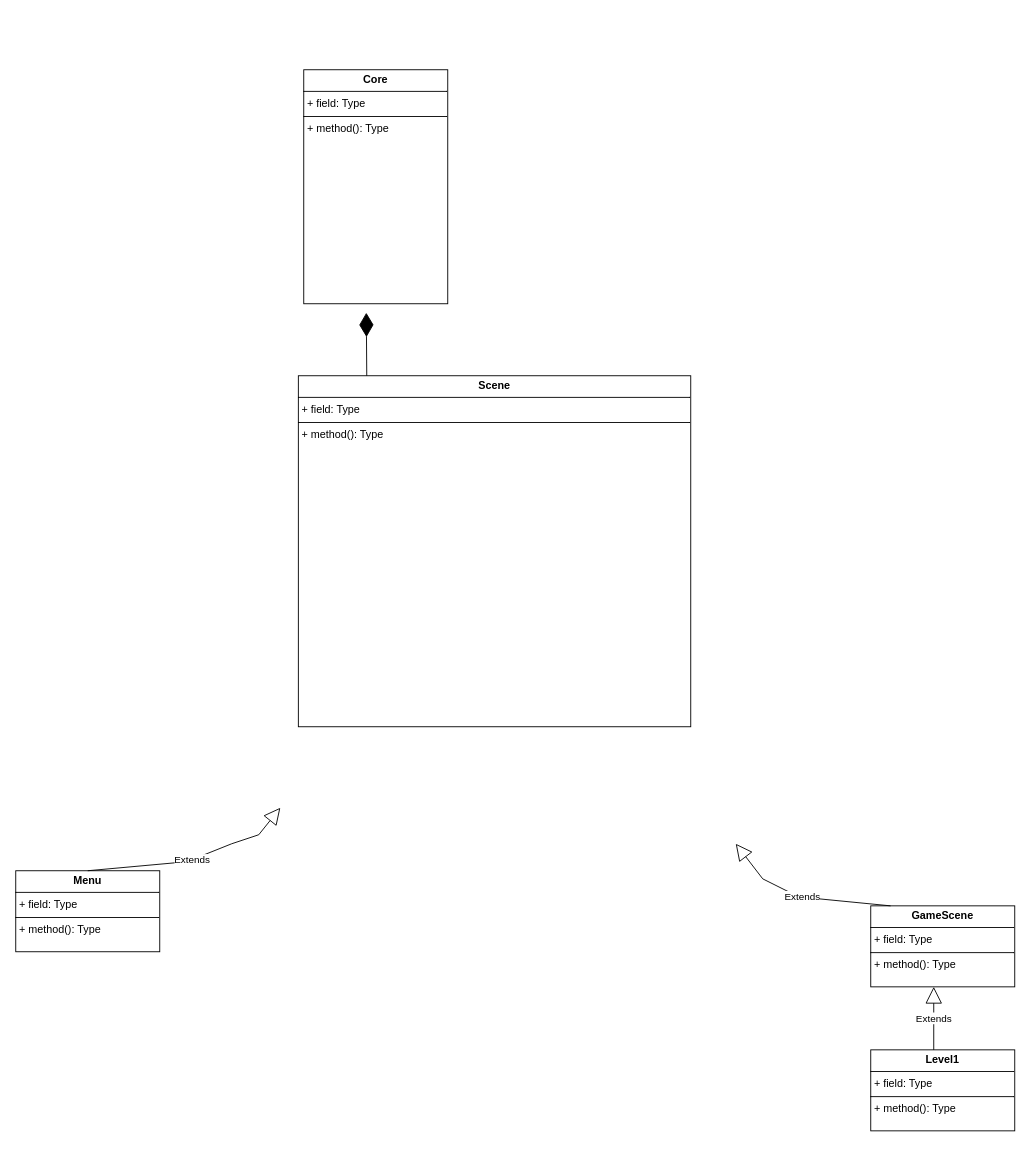
Above: page "Scene" (1 of 5) of Diagramme sans nom.drawio in Bird120/FlightToHFT (draw.io), before the change. Source tidied: cells renumbered, new cells numbered last; positions are measured from the earlier drawing's top-left corner, leaving out a move shared by most shapes. Both pictures are drawn from the tidied source at 90%, with x=0, y=0 at pixel (15, 69).
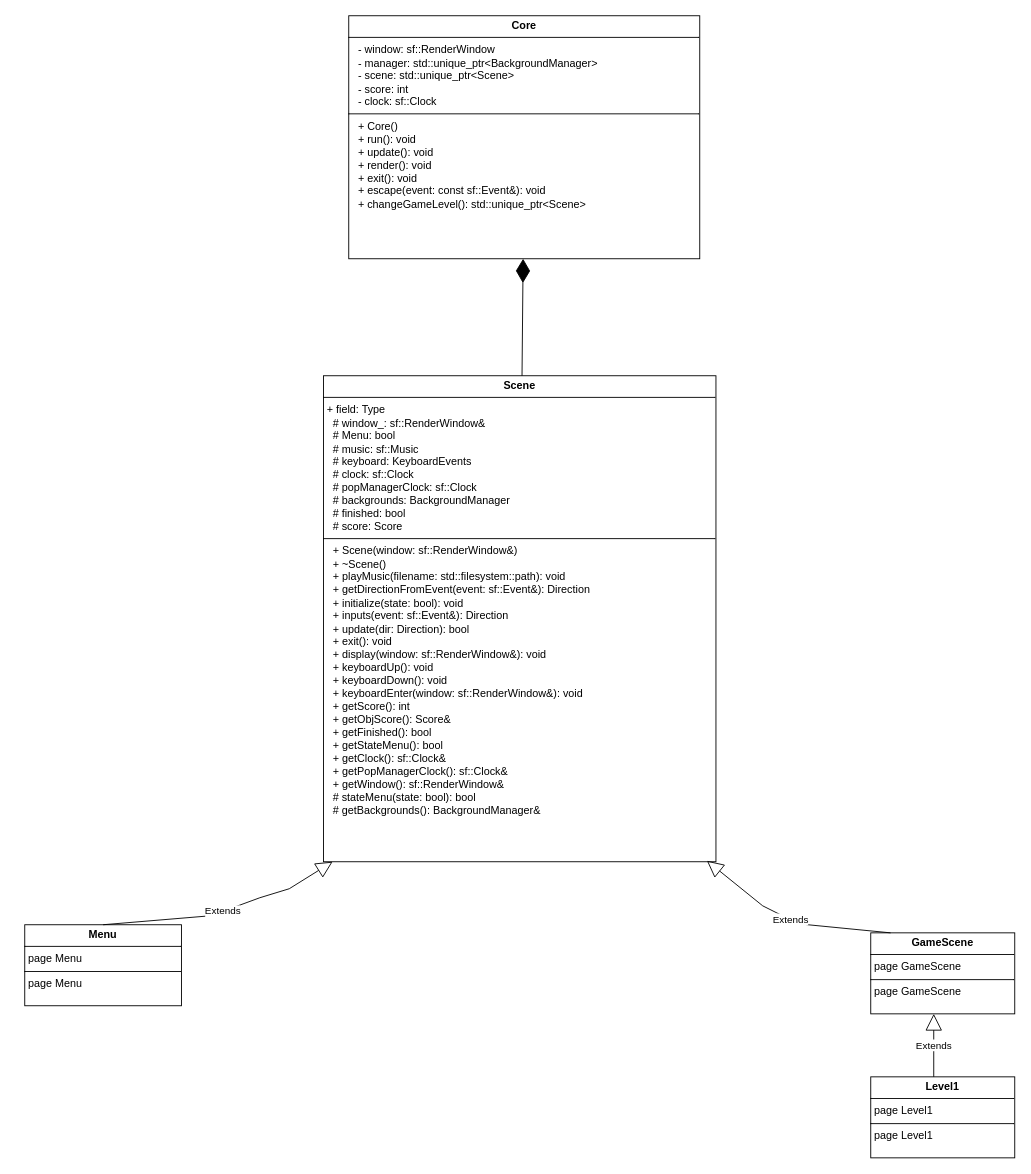
The same diagram, later.

What changed in the source:
```diff
@@
 <mxGraphModel>
   <root>
     <mxCell id="0" />
     <mxCell id="1" parent="0" />
-    <mxCell id="2" value="&lt;p style=&quot;margin:0px;margin-top:4px;text-align:center;&quot;&gt;&lt;b&gt;Core&lt;/b&gt;&lt;/p&gt;&lt;hr size=&quot;1&quot; style=&quot;border-style:solid;&quot;&gt;&lt;p style=&quot;margin:0px;margin-left:4px;&quot;&gt;+ field: Type&lt;/p&gt;&lt;hr size=&quot;1&quot; style=&quot;border-style:solid;&quot;&gt;&lt;p style=&quot;margin:0px;margin-left:4px;&quot;&gt;+ method(): Type&lt;/p&gt;" style="verticalAlign=top;align=left;overflow=fill;html=1;whiteSpace=wrap;" parent="1" vertex="1">
-      <mxGeometry x="320" width="160" height="260" as="geometry" />
+    <mxCell id="2" value="&lt;p style=&quot;margin:0px;margin-top:4px;text-align:center;&quot;&gt;&lt;b&gt;Core&lt;/b&gt;&lt;/p&gt;&lt;hr size=&quot;1&quot; style=&quot;border-style:solid;&quot;&gt;&lt;p style=&quot;margin:0px;margin-left:4px;&quot;&gt;&amp;nbsp; - window: sf::RenderWindow&lt;br&gt;&amp;nbsp; - manager: std::unique_ptr&amp;lt;BackgroundManager&amp;gt;&lt;br&gt;&amp;nbsp; - scene: std::unique_ptr&amp;lt;Scene&amp;gt;&lt;br&gt;&amp;nbsp; - score: int&lt;br&gt;&amp;nbsp; - clock: sf::Clock&lt;/p&gt;&lt;hr size=&quot;1&quot; style=&quot;border-style:solid;&quot;&gt;&lt;p style=&quot;margin:0px;margin-left:4px;&quot;&gt;&amp;nbsp; + Core()&lt;br&gt;&amp;nbsp; + run(): void&lt;br&gt;&amp;nbsp; + update(): void&lt;br&gt;&amp;nbsp; + render(): void&lt;br&gt;&amp;nbsp; + exit(): void&lt;br&gt;&amp;nbsp; + escape(event: const sf::Event&amp;amp;): void&lt;br&gt;&amp;nbsp; + changeGameLevel(): std::unique_ptr&amp;lt;Scene&amp;gt;&lt;/p&gt;" style="verticalAlign=top;align=left;overflow=fill;html=1;whiteSpace=wrap;" parent="1" vertex="1">
+      <mxGeometry x="370" y="-60" width="390" height="270" as="geometry" />
     </mxCell>
-    <mxCell id="3" value="&lt;p style=&quot;margin:0px;margin-top:4px;text-align:center;&quot;&gt;&lt;b&gt;Scene&lt;/b&gt;&lt;/p&gt;&lt;hr size=&quot;1&quot; style=&quot;border-style:solid;&quot;&gt;&lt;p style=&quot;margin:0px;margin-left:4px;&quot;&gt;+ field: Type&lt;/p&gt;&lt;hr size=&quot;1&quot; style=&quot;border-style:solid;&quot;&gt;&lt;p style=&quot;margin:0px;margin-left:4px;&quot;&gt;+ method(): Type&lt;/p&gt;" style="verticalAlign=top;align=left;overflow=fill;html=1;whiteSpace=wrap;" parent="1" vertex="1">
-      <mxGeometry x="314" y="340" width="436" height="390" as="geometry" />
+    <mxCell id="3" value="&lt;p style=&quot;margin:0px;margin-top:4px;text-align:center;&quot;&gt;&lt;b&gt;Scene&lt;/b&gt;&lt;/p&gt;&lt;hr size=&quot;1&quot; style=&quot;border-style:solid;&quot;&gt;&lt;p style=&quot;margin:0px;margin-left:4px;&quot;&gt;+ field: Type&lt;/p&gt;&lt;p style=&quot;margin:0px;margin-left:4px;&quot;&gt;&amp;nbsp; # window_: sf::RenderWindow&amp;amp;&lt;br&gt;&amp;nbsp; # Menu: bool&lt;br&gt;&amp;nbsp; # music: sf::Music&lt;br&gt;&amp;nbsp; # keyboard: KeyboardEvents&lt;br&gt;&amp;nbsp; # clock: sf::Clock&lt;br&gt;&amp;nbsp; # popManagerClock: sf::Clock&lt;br&gt;&amp;nbsp; # backgrounds: BackgroundManager&lt;br&gt;&amp;nbsp; # finished: bool&lt;br&gt;&amp;nbsp; # score: Score&lt;/p&gt;&lt;hr size=&quot;1&quot; style=&quot;border-style:solid;&quot;&gt;&lt;p style=&quot;margin:0px;margin-left:4px;&quot;&gt;&amp;nbsp; + Scene(window: sf::RenderWindow&amp;amp;)&lt;br&gt;&amp;nbsp; + ~Scene()&lt;br&gt;&amp;nbsp; + playMusic(filename: std::filesystem::path): void&lt;br&gt;&amp;nbsp; + getDirectionFromEvent(event: sf::Event&amp;amp;): Direction&lt;br&gt;&amp;nbsp; + initialize(state: bool): void&lt;br&gt;&amp;nbsp; + inputs(event: sf::Event&amp;amp;): Direction&lt;br&gt;&amp;nbsp; + update(dir: Direction): bool&lt;br&gt;&amp;nbsp; + exit(): void&lt;br&gt;&amp;nbsp; + display(window: sf::RenderWindow&amp;amp;): void&lt;br&gt;&amp;nbsp; + keyboardUp(): void&lt;br&gt;&amp;nbsp; + keyboardDown(): void&lt;br&gt;&amp;nbsp; + keyboardEnter(window: sf::RenderWindow&amp;amp;): void&lt;br&gt;&amp;nbsp; + getScore(): int&lt;br&gt;&amp;nbsp; + getObjScore(): Score&amp;amp;&lt;br&gt;&amp;nbsp; + getFinished(): bool&lt;br&gt;&amp;nbsp; + getStateMenu(): bool&lt;br&gt;&amp;nbsp; + getClock(): sf::Clock&amp;amp;&lt;br&gt;&amp;nbsp; + getPopManagerClock(): sf::Clock&amp;amp;&lt;br&gt;&amp;nbsp; + getWindow(): sf::RenderWindow&amp;amp;&lt;/p&gt;&lt;p style=&quot;margin:0px;margin-left:4px;&quot;&gt;&amp;nbsp; # stateMenu(state: bool): bool&lt;br&gt;&amp;nbsp; # getBackgrounds(): BackgroundManager&amp;amp;&lt;/p&gt;" style="verticalAlign=top;align=left;overflow=fill;html=1;whiteSpace=wrap;" parent="1" vertex="1">
+      <mxGeometry x="342" y="340" width="436" height="540" as="geometry" />
     </mxCell>
-    <mxCell id="4" style="endArrow=diamondThin;endFill=1;endSize=24;html=1;rounded=0;" parent="1" edge="1">
-      <mxGeometry relative="1" as="geometry">
-        <mxPoint x="390" y="340" as="sourcePoint" />
-        <mxPoint x="389.5" y="270" as="targetPoint" />
-      </mxGeometry>
+    <mxCell id="4" style="endArrow=diamondThin;endFill=1;endSize=24;html=1;rounded=0;" parent="1" edge="1" source="3" target="2">
+      <mxGeometry relative="1" as="geometry" />
     </mxCell>
-    <mxCell id="5" style="group;" parent="1" vertex="1">
-      <mxGeometry y="820" width="294" height="160" as="geometry" />
-    </mxCell>
-    <mxCell id="6" value="&lt;p style=&quot;margin:0px;margin-top:4px;text-align:center;&quot;&gt;&lt;b&gt;Menu&lt;/b&gt;&lt;/p&gt;&lt;hr size=&quot;1&quot; style=&quot;border-style:solid;&quot;&gt;&lt;p style=&quot;margin:0px;margin-left:4px;&quot;&gt;+ field: Type&lt;/p&gt;&lt;hr size=&quot;1&quot; style=&quot;border-style:solid;&quot;&gt;&lt;p style=&quot;margin:0px;margin-left:4px;&quot;&gt;+ method(): Type&lt;/p&gt;" style="verticalAlign=top;align=left;overflow=fill;html=1;whiteSpace=wrap;" parent="5" vertex="1">
-      <mxGeometry y="70" width="160" height="90" as="geometry" />
+    <mxCell id="6" value="&lt;p style=&quot;margin:0px;margin-top:4px;text-align:center;&quot;&gt;&lt;b&gt;Menu&lt;/b&gt;&lt;/p&gt;&lt;hr size=&quot;1&quot; style=&quot;border-style:solid;&quot;&gt;&lt;p style=&quot;margin:0px;margin-left:4px;&quot;&gt;page Menu&lt;/p&gt;&lt;hr size=&quot;1&quot; style=&quot;border-style:solid;&quot;&gt;&lt;p style=&quot;margin:0px;margin-left:4px;&quot;&gt;page Menu&lt;/p&gt;" style="verticalAlign=top;align=left;overflow=fill;html=1;whiteSpace=wrap;" parent="1" vertex="1">
+      <mxGeometry x="10" y="950" width="174.1" height="90" as="geometry" />
     </mxCell>
-    <mxCell id="7" value="Extends" style="endArrow=block;endSize=16;endFill=0;html=1;rounded=0;entryX=0.5;entryY=1;entryDx=0;entryDy=0;exitX=0.5;exitY=0;exitDx=0;exitDy=0;" parent="5" edge="1">
+    <mxCell id="7" value="Extends" style="endArrow=block;endSize=16;endFill=0;html=1;rounded=0;exitX=0.5;exitY=0;exitDx=0;exitDy=0;entryX=0.023;entryY=1;entryDx=0;entryDy=0;entryPerimeter=0;" parent="1" edge="1" target="3">
       <mxGeometry relative="1" as="geometry">
-        <mxPoint x="80" y="70" as="sourcePoint" />
-        <mxPoint x="294" as="targetPoint" />
+        <mxPoint x="97.1" y="950" as="sourcePoint" />
         <Array as="points">
-          <mxPoint x="190" y="60" />
-          <mxPoint x="240" y="40" />
-          <mxPoint x="270" y="30" />
+          <mxPoint x="216.8" y="940" />
+          <mxPoint x="271.2" y="920" />
+          <mxPoint x="303.9" y="910" />
         </Array>
       </mxGeometry>
     </mxCell>
-    <mxCell id="8" style="group;" parent="1" vertex="1">
-      <mxGeometry x="800" y="860" width="310" height="319" as="geometry" />
-    </mxCell>
-    <mxCell id="9" value="&lt;p style=&quot;margin:0px;margin-top:4px;text-align:center;&quot;&gt;&lt;b&gt;GameScene&lt;/b&gt;&lt;/p&gt;&lt;hr size=&quot;1&quot; style=&quot;border-style:solid;&quot;&gt;&lt;p style=&quot;margin:0px;margin-left:4px;&quot;&gt;+ field: Type&lt;/p&gt;&lt;hr size=&quot;1&quot; style=&quot;border-style:solid;&quot;&gt;&lt;p style=&quot;margin:0px;margin-left:4px;&quot;&gt;+ method(): Type&lt;/p&gt;" style="verticalAlign=top;align=left;overflow=fill;html=1;whiteSpace=wrap;" parent="8" vertex="1">
-      <mxGeometry x="150" y="69" width="160" height="90" as="geometry" />
+    <mxCell id="9" value="&lt;p style=&quot;margin:0px;margin-top:4px;text-align:center;&quot;&gt;&lt;b&gt;GameScene&lt;/b&gt;&lt;/p&gt;&lt;hr size=&quot;1&quot; style=&quot;border-style:solid;&quot;&gt;&lt;p style=&quot;margin:0px;margin-left:4px;&quot;&gt;page GameScene&lt;/p&gt;&lt;hr size=&quot;1&quot; style=&quot;border-style:solid;&quot;&gt;&lt;p style=&quot;margin:0px;margin-left:4px;&quot;&gt;page GameScene&lt;/p&gt;" style="verticalAlign=top;align=left;overflow=fill;html=1;whiteSpace=wrap;" parent="1" vertex="1">
+      <mxGeometry x="950" y="959" width="160" height="90" as="geometry" />
     </mxCell>
-    <mxCell id="10" value="&lt;p style=&quot;margin:0px;margin-top:4px;text-align:center;&quot;&gt;&lt;b&gt;Level1&lt;/b&gt;&lt;/p&gt;&lt;hr size=&quot;1&quot; style=&quot;border-style:solid;&quot;&gt;&lt;p style=&quot;margin:0px;margin-left:4px;&quot;&gt;+ field: Type&lt;/p&gt;&lt;hr size=&quot;1&quot; style=&quot;border-style:solid;&quot;&gt;&lt;p style=&quot;margin:0px;margin-left:4px;&quot;&gt;+ method(): Type&lt;/p&gt;" style="verticalAlign=top;align=left;overflow=fill;html=1;whiteSpace=wrap;" parent="8" vertex="1">
-      <mxGeometry x="150" y="229" width="160" height="90" as="geometry" />
+    <mxCell id="10" value="&lt;p style=&quot;margin:0px;margin-top:4px;text-align:center;&quot;&gt;&lt;b&gt;Level1&lt;/b&gt;&lt;/p&gt;&lt;hr size=&quot;1&quot; style=&quot;border-style:solid;&quot;&gt;&lt;p style=&quot;margin:0px;margin-left:4px;&quot;&gt;page Level1&lt;span style=&quot;white-space: pre;&quot;&gt;&#9;&lt;/span&gt;&lt;span style=&quot;white-space: pre;&quot;&gt;&#9;&lt;/span&gt;&lt;/p&gt;&lt;hr size=&quot;1&quot; style=&quot;border-style:solid;&quot;&gt;&lt;p style=&quot;margin:0px;margin-left:4px;&quot;&gt;page Level1&lt;/p&gt;" style="verticalAlign=top;align=left;overflow=fill;html=1;whiteSpace=wrap;" parent="1" vertex="1">
+      <mxGeometry x="950" y="1119" width="160" height="90" as="geometry" />
     </mxCell>
-    <mxCell id="11" value="Extends" style="endArrow=block;endSize=16;endFill=0;html=1;rounded=0;exitX=0.45;exitY=-0.011;exitDx=0;exitDy=0;exitPerimeter=0;" parent="8" edge="1">
+    <mxCell id="11" value="Extends" style="endArrow=block;endSize=16;endFill=0;html=1;rounded=0;exitX=0.45;exitY=-0.011;exitDx=0;exitDy=0;exitPerimeter=0;entryX=0.977;entryY=0.998;entryDx=0;entryDy=0;entryPerimeter=0;" parent="1" edge="1" target="3">
       <mxGeometry relative="1" as="geometry">
-        <mxPoint x="172" y="69" as="sourcePoint" />
-        <mxPoint as="targetPoint" />
+        <mxPoint x="972" y="959" as="sourcePoint" />
         <Array as="points">
-          <mxPoint x="70" y="59" />
-          <mxPoint x="30" y="39" />
+          <mxPoint x="870" y="949" />
+          <mxPoint x="830" y="929" />
         </Array>
       </mxGeometry>
     </mxCell>
-    <mxCell id="12" value="Extends" style="endArrow=block;endSize=16;endFill=0;html=1;rounded=0;" parent="8" edge="1">
+    <mxCell id="12" value="Extends" style="endArrow=block;endSize=16;endFill=0;html=1;rounded=0;" parent="1" edge="1">
       <mxGeometry relative="1" as="geometry">
-        <mxPoint x="220" y="229" as="sourcePoint" />
-        <mxPoint x="220" y="159" as="targetPoint" />
+        <mxPoint x="1020" y="1119" as="sourcePoint" />
+        <mxPoint x="1020" y="1049" as="targetPoint" />
       </mxGeometry>
     </mxCell>
   </root>
 </mxGraphModel>
```
